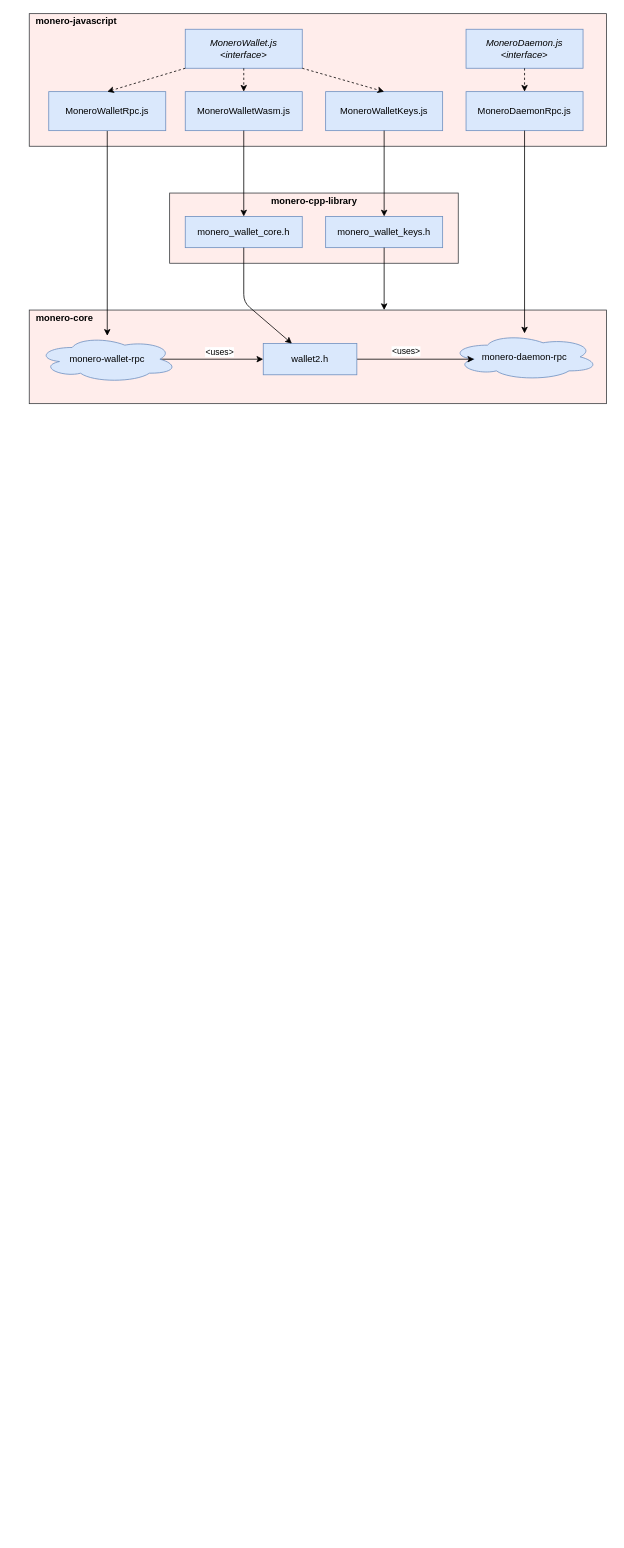
Earlier version of the draw.io diagram architecture.drawio (woodser/monero-ts). Source tidied: cells renumbered, new cells numbered last; positions are measured from the earlier drawing's top-left corner, leaving out a move shared by most shapes. Both pictures are drawn from the tidied source at 78%, with x=0, y=0 at pixel (29, 13). Pictures stored in the file or linked from it are replaced by grey dashed boxes.
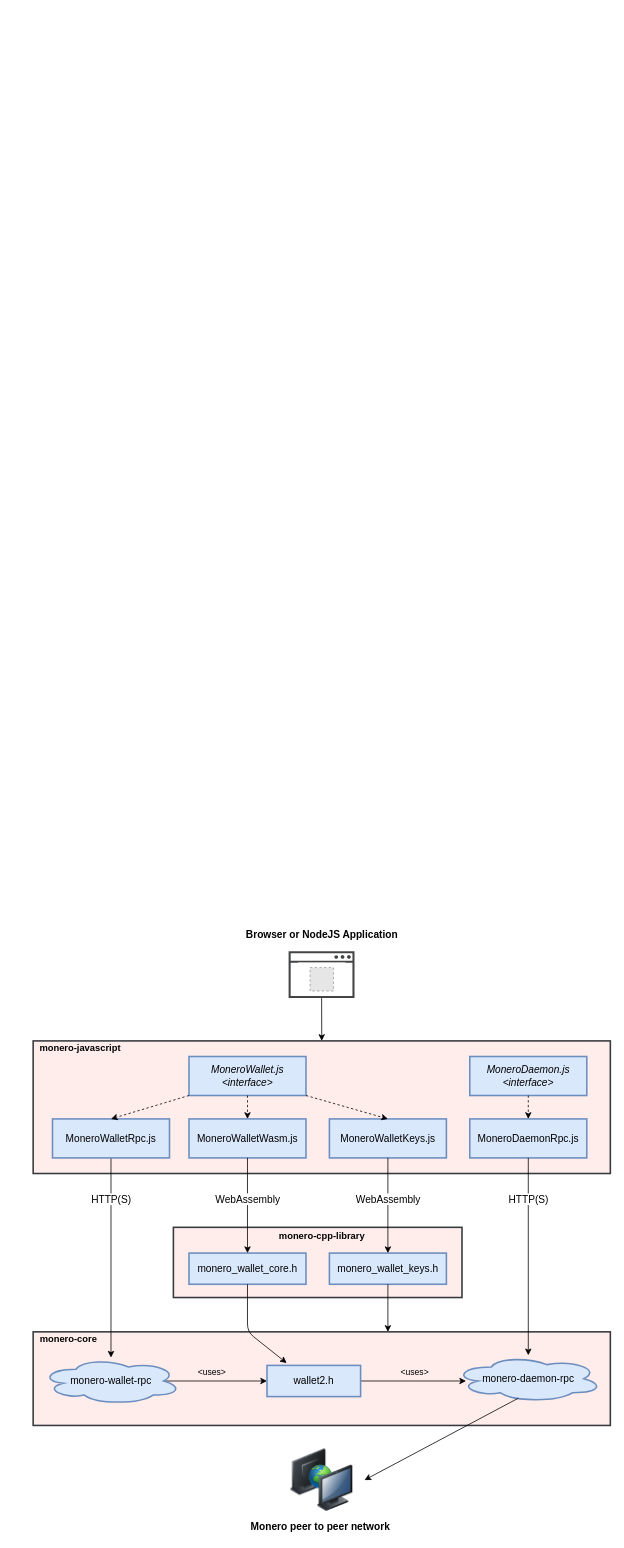
Above is the later version.

The change refers to these unchanged cells:
```xml
<mxCell id="7" style="edgeStyle=orthogonalEdgeStyle;rounded=0;jettySize=auto;html=1;exitX=0.875;exitY=0.5;exitDx=0;exitDy=0;exitPerimeter=0;entryX=0;entryY=0.5;entryDx=0;entryDy=0;" parent="1" edge="1" source="9" target="11">
  <mxGeometry relative="1" as="geometry" />
</mxCell>
```

Diff of the diagram source:
```diff
@@
-    <mxCell id="2" style="rounded=0;whiteSpace=wrap;html=1;fillColor=#FFEDEB;strokeColor=#36393d;" parent="1" vertex="1">
-      <mxGeometry width="740" height="170" as="geometry" />
-    </mxCell>
-    <mxCell id="3" style="rounded=0;whiteSpace=wrap;html=1;fillColor=#FFEDEB;strokeColor=#36393d;" parent="1" vertex="1">
-      <mxGeometry x="180" y="230" width="370" height="90" as="geometry" />
-    </mxCell>
-    <mxCell id="4" style="rounded=0;whiteSpace=wrap;html=1;fillColor=#FFEDEB;strokeColor=#36393d;" parent="1" vertex="1">
-      <mxGeometry y="380" width="740" height="120" as="geometry" />
-    </mxCell>
+    <mxCell id="33" style="rounded=0;whiteSpace=wrap;html=1;fillColor=#FFEDEB;strokeColor=#36393d;strokeWidth=2;" parent="1" vertex="1">
+      <mxGeometry x="5" y="1317" width="740" height="170" as="geometry" />
+    </mxCell>
+    <mxCell id="34" style="rounded=0;whiteSpace=wrap;html=1;fillColor=#FFEDEB;strokeColor=#36393d;strokeWidth=2;" parent="1" vertex="1">
+      <mxGeometry x="184.8" y="1556" width="370" height="90" as="geometry" />
+    </mxCell>
+    <mxCell id="35" style="rounded=0;whiteSpace=wrap;html=1;fillColor=#FFEDEB;strokeColor=#36393d;strokeWidth=2;" parent="1" vertex="1">
+      <mxGeometry x="5" y="1690" width="740" height="120" as="geometry" />
+    </mxCell>
-    <mxCell id="5" value="MoneroWalletWasm.js" style="rounded=0;whiteSpace=wrap;html=1;fillColor=#dae8fc;strokeColor=#6c8ebf;" parent="1" vertex="1">
-      <mxGeometry x="200" y="100" width="150" height="50" as="geometry" />
+    <mxCell id="5" value="MoneroWalletWasm.js" style="rounded=0;whiteSpace=wrap;html=1;fillColor=#dae8fc;strokeColor=#6c8ebf;strokeWidth=2;fontSize=13;" parent="1" vertex="1">
+      <mxGeometry x="204.8" y="1417" width="150" height="50" as="geometry" />
     </mxCell>
-    <mxCell id="6" value="monero-daemon-rpc" style="ellipse;shape=cloud;whiteSpace=wrap;html=1;fillColor=#dae8fc;strokeColor=#6c8ebf;" parent="1" vertex="1">
-      <mxGeometry x="540" y="410" width="190" height="60" as="geometry" />
+    <mxCell id="6" value="monero-daemon-rpc" style="ellipse;shape=cloud;whiteSpace=wrap;html=1;fillColor=#dae8fc;strokeColor=#6c8ebf;strokeWidth=2;fontSize=13;" parent="1" vertex="1">
+      <mxGeometry x="544.8" y="1720" width="190" height="60" as="geometry" />
     </mxCell>
@@
-    <mxCell id="8" value="&amp;lt;uses&amp;gt;" style="edgeLabel;html=1;align=center;verticalAlign=middle;" parent="7" vertex="1">
-      <mxGeometry x="0.26" y="-1" relative="1" as="geometry">
-        <mxPoint x="-7.5" y="-11" as="offset" />
-      </mxGeometry>
-    </mxCell>
-    <mxCell id="9" value="monero-wallet-rpc" style="ellipse;shape=cloud;whiteSpace=wrap;html=1;fillColor=#dae8fc;strokeColor=#6c8ebf;" parent="1" vertex="1">
-      <mxGeometry x="10" y="413" width="180" height="60" as="geometry" />
+    <mxCell id="9" value="monero-wallet-rpc" style="ellipse;shape=cloud;whiteSpace=wrap;html=1;fillColor=#dae8fc;strokeColor=#6c8ebf;strokeWidth=2;fontSize=13;" parent="1" vertex="1">
+      <mxGeometry x="14.8" y="1723" width="180" height="60" as="geometry" />
     </mxCell>
-    <mxCell id="10" style="edgeStyle=orthogonalEdgeStyle;rounded=0;jettySize=auto;html=1;exitX=1;exitY=0.5;exitDx=0;exitDy=0;entryX=0.16;entryY=0.55;entryDx=0;entryDy=0;entryPerimeter=0;" parent="1" edge="1" source="11" target="6">
-      <mxGeometry relative="1" as="geometry" />
-    </mxCell>
+    <mxCell id="36" style="edgeStyle=orthogonalEdgeStyle;rounded=0;jettySize=auto;html=1;exitX=1;exitY=0.5;exitDx=0;exitDy=0;" parent="1" edge="1" source="11">
+      <mxGeometry relative="1" as="geometry">
+        <mxPoint x="560" y="1753" as="targetPoint" />
+      </mxGeometry>
+    </mxCell>
-    <mxCell id="11" value="wallet2.h" style="rounded=0;whiteSpace=wrap;html=1;fillColor=#dae8fc;strokeColor=#6c8ebf;" parent="1" vertex="1">
-      <mxGeometry x="300" y="423" width="120" height="40" as="geometry" />
+    <mxCell id="11" value="wallet2.h" style="rounded=0;whiteSpace=wrap;html=1;fillColor=#dae8fc;strokeColor=#6c8ebf;strokeWidth=2;fontSize=13;" parent="1" vertex="1">
+      <mxGeometry x="304.8" y="1733" width="120" height="40" as="geometry" />
     </mxCell>
-    <mxCell id="12" value="&amp;lt;uses&amp;gt;" style="edgeLabel;html=1;align=center;verticalAlign=middle;" parent="1" vertex="1">
-      <mxGeometry x="490" y="443" as="geometry">
-        <mxPoint x="-7.5" y="-11" as="offset" />
-      </mxGeometry>
-    </mxCell>
@@
-    <mxCell id="14" value="MoneroWalletRpc.js" style="rounded=0;whiteSpace=wrap;html=1;fillColor=#dae8fc;strokeColor=#6c8ebf;" parent="1" vertex="1">
-      <mxGeometry x="25" y="100" width="150" height="50" as="geometry" />
+    <mxCell id="14" value="MoneroWalletRpc.js" style="rounded=0;whiteSpace=wrap;html=1;fillColor=#dae8fc;strokeColor=#6c8ebf;strokeWidth=2;fontSize=13;" parent="1" vertex="1">
+      <mxGeometry x="29.8" y="1417" width="150" height="50" as="geometry" />
     </mxCell>
-    <mxCell id="15" value="MoneroWalletKeys.js" style="rounded=0;whiteSpace=wrap;html=1;fillColor=#dae8fc;strokeColor=#6c8ebf;" parent="1" vertex="1">
-      <mxGeometry x="380" y="100" width="150" height="50" as="geometry" />
+    <mxCell id="15" value="MoneroWalletKeys.js" style="rounded=0;whiteSpace=wrap;html=1;fillColor=#dae8fc;strokeColor=#6c8ebf;strokeWidth=2;fontSize=13;" parent="1" vertex="1">
+      <mxGeometry x="384.8" y="1417" width="150" height="50" as="geometry" />
     </mxCell>
-    <mxCell id="16" value="MoneroDaemonRpc.js" style="rounded=0;whiteSpace=wrap;html=1;fillColor=#dae8fc;strokeColor=#6c8ebf;" parent="1" vertex="1">
-      <mxGeometry x="560" y="100" width="150" height="50" as="geometry" />
+    <mxCell id="16" value="MoneroDaemonRpc.js" style="rounded=0;whiteSpace=wrap;html=1;fillColor=#dae8fc;strokeColor=#6c8ebf;strokeWidth=2;fontSize=13;" parent="1" vertex="1">
+      <mxGeometry x="564.8" y="1417" width="150" height="50" as="geometry" />
     </mxCell>
-    <mxCell id="17" value="monero_wallet_core.h" style="rounded=0;whiteSpace=wrap;html=1;fillColor=#dae8fc;strokeColor=#6c8ebf;" parent="1" vertex="1">
-      <mxGeometry x="200" y="260" width="150" height="40" as="geometry" />
+    <mxCell id="17" value="monero_wallet_core.h" style="rounded=0;whiteSpace=wrap;html=1;fillColor=#dae8fc;strokeColor=#6c8ebf;strokeWidth=2;fontSize=13;" parent="1" vertex="1">
+      <mxGeometry x="204.8" y="1589" width="150" height="40" as="geometry" />
     </mxCell>
-    <mxCell id="18" value="monero_wallet_keys.h" style="rounded=0;whiteSpace=wrap;html=1;fillColor=#dae8fc;strokeColor=#6c8ebf;" parent="1" vertex="1">
-      <mxGeometry x="380" y="260" width="150" height="40" as="geometry" />
+    <mxCell id="18" value="monero_wallet_keys.h" style="rounded=0;whiteSpace=wrap;html=1;fillColor=#dae8fc;strokeColor=#6c8ebf;strokeWidth=2;fontSize=13;" parent="1" vertex="1">
+      <mxGeometry x="384.8" y="1589" width="150" height="40" as="geometry" />
     </mxCell>
     <mxCell id="19" value="monero-core" style="text;html=1;align=center;verticalAlign=middle;fillColor=none;strokeColor=none;rounded=0;fontStyle=1;" parent="1" vertex="1">
-      <mxGeometry y="380" width="90" height="20" as="geometry" />
+      <mxGeometry x="4.8" y="1690" width="90" height="20" as="geometry" />
     </mxCell>
-    <mxCell id="20" value="monero-cpp-library" style="text;html=1;align=center;verticalAlign=middle;fillColor=none;strokeColor=none;rounded=0;fontStyle=1;" parent="1" vertex="1">
-      <mxGeometry x="300" y="230" width="130" height="20" as="geometry" />
-    </mxCell>
-    <mxCell id="21" style="endArrow=classic;html=1;exitX=0.5;exitY=1;exitDx=0;exitDy=0;" parent="1" edge="1" source="17" target="11">
-      <mxGeometry relative="1" as="geometry">
-        <Array as="points">
-          <mxPoint x="275" y="370" />
-        </Array>
-      </mxGeometry>
-    </mxCell>
-    <mxCell id="22" style="endArrow=classic;html=1;exitX=0.5;exitY=1;exitDx=0;exitDy=0;" parent="1" edge="1" source="18">
-      <mxGeometry relative="1" as="geometry">
-        <mxPoint x="455" y="380" as="targetPoint" />
-      </mxGeometry>
-    </mxCell>
+    <mxCell id="37" style="endArrow=classic;html=1;exitX=0.5;exitY=1;exitDx=0;exitDy=0;" parent="1" edge="1" source="17">
+      <mxGeometry relative="1" as="geometry">
+        <mxPoint x="330" y="1730" as="targetPoint" />
+        <Array as="points">
+          <mxPoint x="279.8" y="1690" />
+        </Array>
+      </mxGeometry>
+    </mxCell>
+    <mxCell id="38" style="endArrow=classic;html=1;exitX=0.5;exitY=1;exitDx=0;exitDy=0;" parent="1" edge="1" source="18">
+      <mxGeometry relative="1" as="geometry">
+        <mxPoint x="459.8" y="1690" as="targetPoint" />
+      </mxGeometry>
+    </mxCell>
@@
     <mxCell id="24" value="monero-javascript" style="text;html=1;align=center;verticalAlign=middle;fillColor=none;strokeColor=none;rounded=0;fontStyle=1;" parent="1" vertex="1">
-      <mxGeometry width="120" height="20" as="geometry" />
+      <mxGeometry x="4.8" y="1317" width="120" height="20" as="geometry" />
     </mxCell>
@@
-    <mxCell id="27" value="&lt;i&gt;MoneroWallet.js&lt;br&gt;&amp;lt;interface&amp;gt;&lt;br&gt;&lt;/i&gt;" style="rounded=0;whiteSpace=wrap;html=1;fillColor=#dae8fc;strokeColor=#6c8ebf;" parent="1" vertex="1">
-      <mxGeometry x="200" y="20" width="150" height="50" as="geometry" />
+    <mxCell id="27" value="&lt;i style=&quot;font-size: 13px&quot;&gt;MoneroWallet.js&lt;br&gt;&amp;lt;interface&amp;gt;&lt;br style=&quot;font-size: 13px&quot;&gt;&lt;/i&gt;" style="rounded=0;whiteSpace=wrap;html=1;fillColor=#dae8fc;strokeColor=#6c8ebf;strokeWidth=2;fontSize=13;" parent="1" vertex="1">
+      <mxGeometry x="204.8" y="1337" width="150" height="50" as="geometry" />
     </mxCell>
-    <mxCell id="28" value="&lt;i&gt;MoneroDaemon.js&lt;br&gt;&lt;/i&gt;&lt;i&gt;&amp;lt;interface&amp;gt;&lt;/i&gt;&lt;i&gt;&lt;br&gt;&lt;/i&gt;" style="rounded=0;whiteSpace=wrap;html=1;fillColor=#dae8fc;strokeColor=#6c8ebf;" parent="1" vertex="1">
-      <mxGeometry x="560" y="20" width="150" height="50" as="geometry" />
+    <mxCell id="28" value="&lt;i style=&quot;font-size: 13px&quot;&gt;MoneroDaemon.js&lt;br&gt;&lt;/i&gt;&lt;i style=&quot;font-size: 13px&quot;&gt;&amp;lt;interface&amp;gt;&lt;br style=&quot;font-size: 13px&quot;&gt;&lt;/i&gt;" style="rounded=0;whiteSpace=wrap;html=1;fillColor=#dae8fc;strokeColor=#6c8ebf;strokeWidth=2;fontSize=13;" parent="1" vertex="1">
+      <mxGeometry x="564.8" y="1337" width="150" height="50" as="geometry" />
     </mxCell>
@@
+    <mxCell id="39" style="endArrow=classic;html=1;exitX=0.433;exitY=0.917;exitDx=0;exitDy=0;exitPerimeter=0;" parent="1" edge="1" source="6">
+      <mxGeometry relative="1" as="geometry">
+        <mxPoint x="429.8" y="1880" as="targetPoint" />
+      </mxGeometry>
+    </mxCell>
+    <mxCell id="40" style="image;html=1;labelBackgroundColor=#ffffff;image=img/lib/clip_art/computers/Network_2_128x128.png;fillColor=#FFEDEB;" parent="1" vertex="1">
+      <mxGeometry x="335" y="1840" width="80" height="80" as="geometry" />
+    </mxCell>
+    <mxCell id="41" value="Monero peer to peer network" style="text;html=1;align=center;verticalAlign=middle;fillColor=none;strokeColor=none;rounded=0;fontStyle=1;fontSize=13;" parent="1" vertex="1">
+      <mxGeometry x="277.8" y="1930" width="190" height="20" as="geometry" />
+    </mxCell>
+    <mxCell id="42" style="shadow=0;dashed=0;html=1;strokeColor=none;fillColor=#434445;labelPosition=center;verticalLabelPosition=bottom;verticalAlign=top;align=center;outlineConnect=0;shape=mxgraph.vvd.web_browser;" parent="1" vertex="1">
+      <mxGeometry x="332.5" y="1202" width="84.5" height="60" as="geometry" />
+    </mxCell>
+    <mxCell id="43" value="Browser or NodeJS Application" style="text;html=1;align=center;verticalAlign=middle;fillColor=none;strokeColor=none;rounded=0;fontStyle=1;fontSize=13;" parent="1" vertex="1">
+      <mxGeometry x="270" y="1170" width="210" height="20" as="geometry" />
+    </mxCell>
+    <mxCell id="44" style="endArrow=classic;html=1;entryX=0.5;entryY=0;entryDx=0;entryDy=0;" parent="1" edge="1" source="42" target="33">
+      <mxGeometry relative="1" as="geometry" />
+    </mxCell>
+    <mxCell id="45" style="rounded=0;whiteSpace=wrap;html=1;strokeColor=#FFFFFF;" parent="1" vertex="1">
+      <mxGeometry x="345" y="1217" width="60" height="33" as="geometry" />
+    </mxCell>
+    <mxCell id="46" style="fillColor=#E6E6E6;strokeColor=#999999;dashed=1;verticalLabelPosition=bottom;labelBackgroundColor=#ffffff;verticalAlign=top;" parent="1" vertex="1">
+      <mxGeometry x="360" y="1223" width="30" height="30" as="geometry" />
+    </mxCell>
+    <mxCell id="20" value="monero-cpp-library" style="text;html=1;align=center;verticalAlign=middle;fillColor=none;strokeColor=none;rounded=0;fontStyle=1;" parent="1" vertex="1">
+      <mxGeometry x="309.8" y="1558" width="130" height="20" as="geometry" />
+    </mxCell>
+    <mxCell id="47" value="WebAssembly" style="text;html=1;align=center;verticalAlign=middle;fillColor=none;strokeColor=none;rounded=0;labelBackgroundColor=#FFFFFF;fontSize=13;" parent="1" vertex="1">
+      <mxGeometry x="229.8" y="1510" width="100" height="20" as="geometry" />
+    </mxCell>
+    <mxCell id="48" value="WebAssembly" style="text;html=1;align=center;verticalAlign=middle;fillColor=none;strokeColor=none;rounded=0;labelBackgroundColor=#FFFFFF;fontSize=13;" parent="1" vertex="1">
+      <mxGeometry x="409.8" y="1510" width="100" height="20" as="geometry" />
+    </mxCell>
+    <mxCell id="49" value="HTTP(S)" style="text;html=1;align=center;verticalAlign=middle;fillColor=none;strokeColor=none;rounded=0;labelBackgroundColor=#FFFFFF;fontSize=13;" parent="1" vertex="1">
+      <mxGeometry x="604.8" y="1510" width="70" height="20" as="geometry" />
+    </mxCell>
+    <mxCell id="50" value="HTTP(S)" style="text;html=1;align=center;verticalAlign=middle;fillColor=none;strokeColor=none;rounded=0;labelBackgroundColor=#FFFFFF;fontSize=13;" parent="1" vertex="1">
+      <mxGeometry x="69.8" y="1510" width="70" height="20" as="geometry" />
+    </mxCell>
+    <mxCell id="51" value="&amp;lt;uses&amp;gt;" style="edgeLabel;html=1;align=center;verticalAlign=middle;labelBackgroundColor=#FFEDEB;" parent="1" vertex="1">
+      <mxGeometry x="-20" y="1755" as="geometry">
+        <mxPoint x="253.5" y="-14" as="offset" />
+      </mxGeometry>
+    </mxCell>
+    <mxCell id="52" value="&amp;lt;uses&amp;gt;" style="edgeLabel;html=1;align=center;verticalAlign=middle;labelBackgroundColor=#FFEDEB;" parent="1" vertex="1">
+      <mxGeometry x="240" y="1755" as="geometry">
+        <mxPoint x="253.5" y="-14" as="offset" />
+      </mxGeometry>
+    </mxCell>
```
